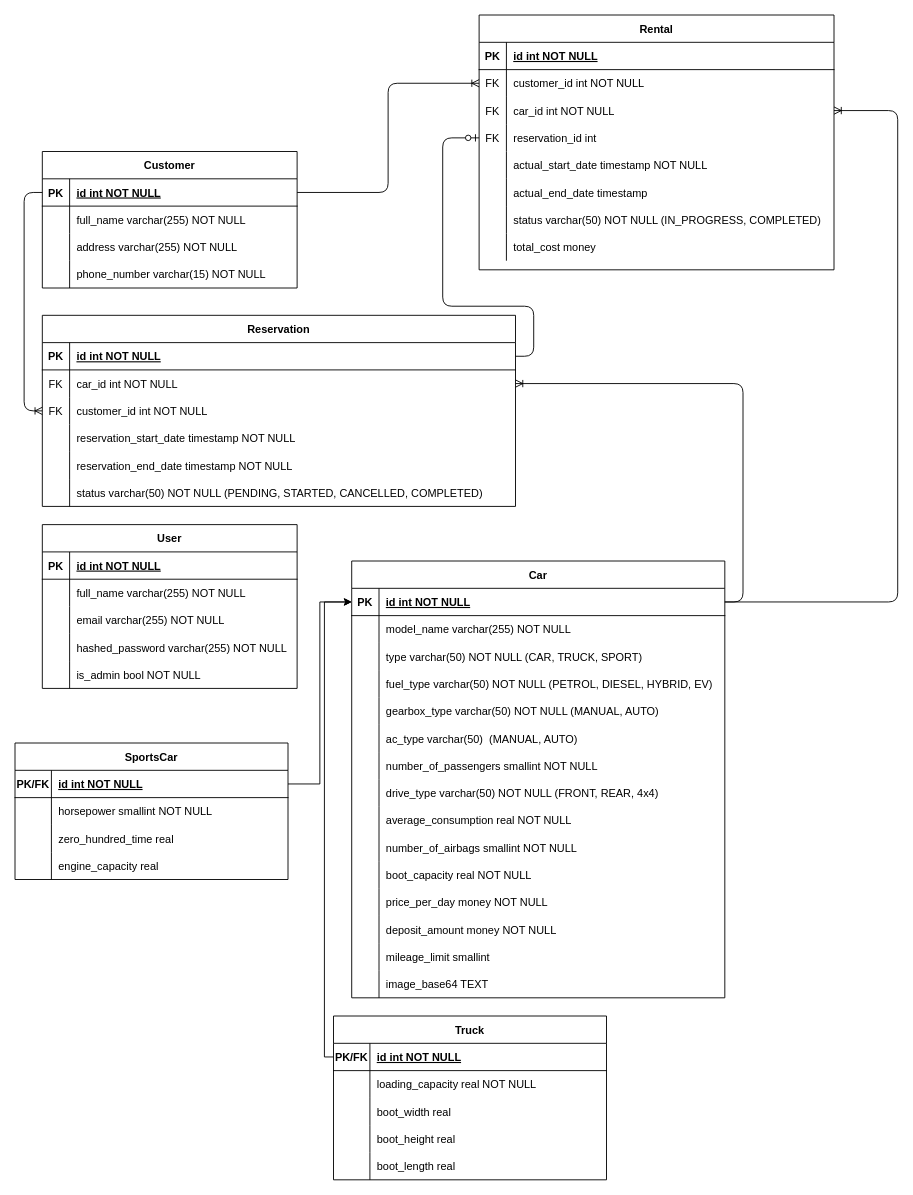
BartlomiejRasztabiga/Rentally keeps this draw.io diagram as ERD.drawio. Above is the earlier version. Source tidied: cells renumbered, new cells numbered last; positions are measured from the earlier drawing's top-left corner, leaving out a move shared by most shapes. Both pictures are drawn from the tidied source at 91%, with x=0, y=0 at pixel (15, 15).
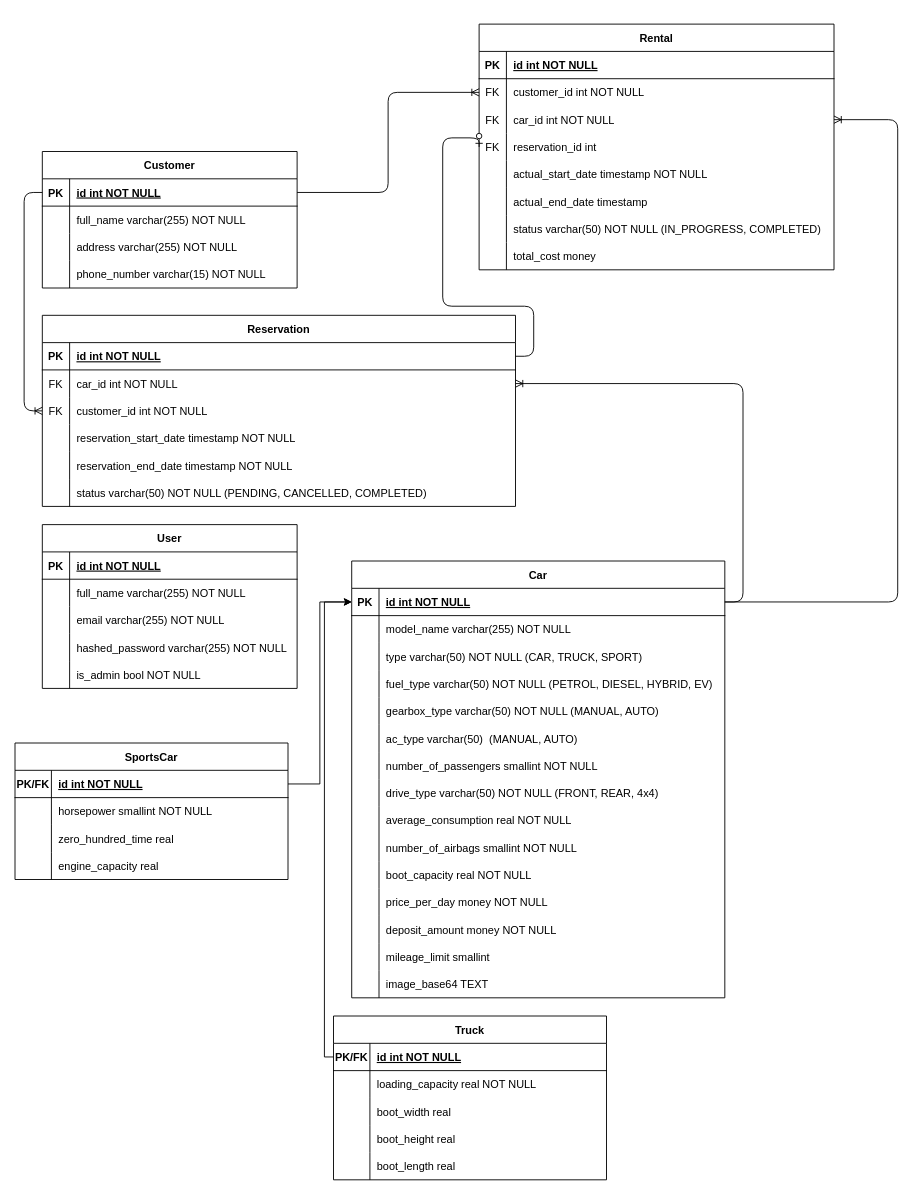
Above is the later version.

Commit message (it also covers changes not shown here):
Add first design screen

The change refers to these unchanged cells:
```xml
<mxCell id="112" style="shape=partialRectangle;fillColor=none;top=0;left=0;right=0;bottom=0;" parent="96" vertex="1">
  <mxGeometry y="180" width="520" height="30" as="geometry" />
</mxCell>
```

Change to the diagram source:
```diff
@@
-    <mxCell id="114" value="status varchar(50) NOT NULL (PENDING, STARTED, CANCELLED, COMPLETED)" style="shape=partialRectangle;overflow=hidden;fillColor=none;top=0;left=0;bottom=0;right=0;align=left;spacingLeft=6;" parent="112" vertex="1">
+    <mxCell id="114" value="status varchar(50) NOT NULL (PENDING, CANCELLED, COMPLETED)" style="shape=partialRectangle;overflow=hidden;fillColor=none;top=0;left=0;bottom=0;right=0;align=left;spacingLeft=6;" parent="112" vertex="1">
       <mxGeometry x="30" width="490" height="30" as="geometry" />
     </mxCell>
@@
     <mxCell id="130" value="Rental" style="shape=table;startSize=30;childLayout=tableLayout;rowLines=0;fontStyle=1;align=center;" parent="1" vertex="1">
-      <mxGeometry x="510" width="390" height="280" as="geometry" />
+      <mxGeometry x="510" y="10" width="390" height="270" as="geometry" />
     </mxCell>
```
